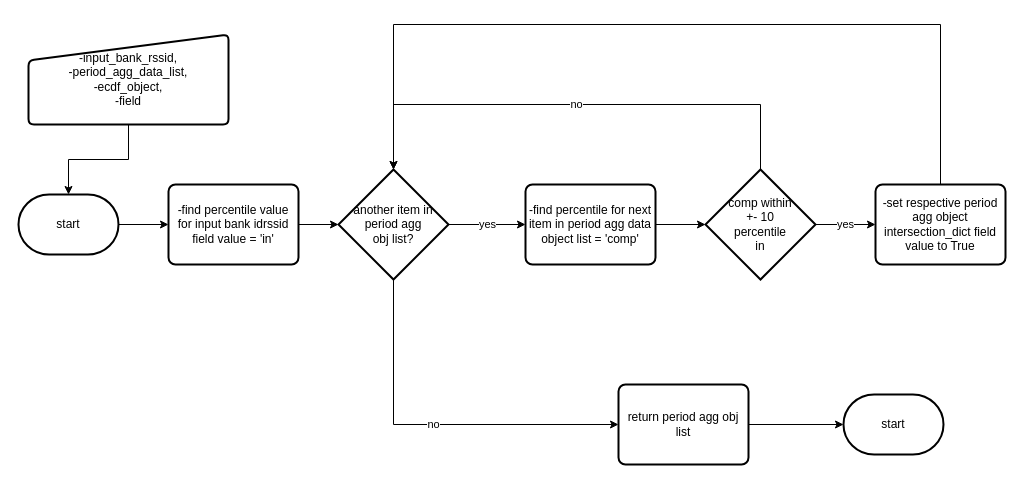
Above: page "find_similar_bank_field" (5 of 5) of architecture/bank_like_x_architecture.drawio in JasonBrauer/banklikex (draw.io), before the change. Source tidied: cells renumbered, new cells numbered last; positions are measured from the earlier drawing's top-left corner, leaving out a move shared by most shapes. Both pictures are drawn from the tidied source at 100%, with x=0, y=0 at pixel (18, 24).
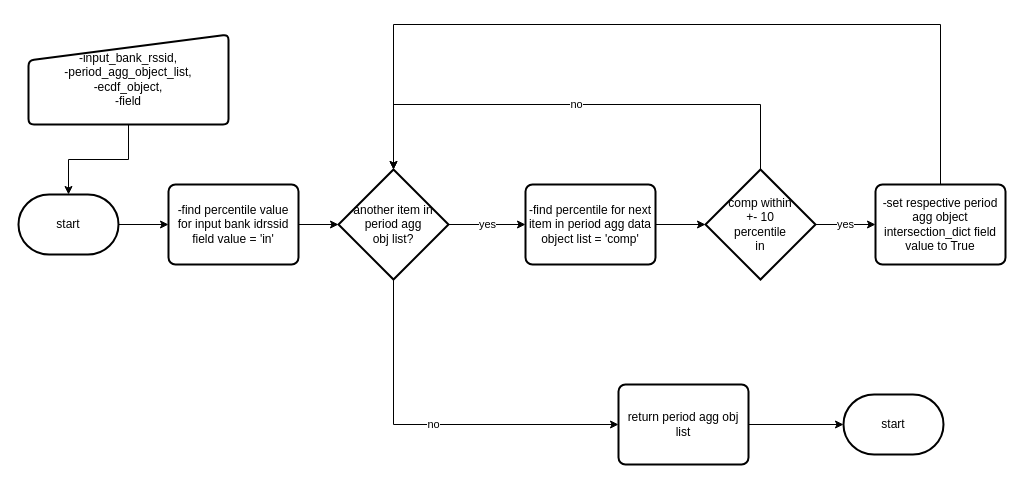
The same page after the edit.

The edit, as a diff of the source:
```diff
@@
-    <mxCell id="5" value="-input_bank_rssid, &lt;br&gt;-period_agg_data_list, &lt;br&gt;-ecdf_object, &lt;br&gt;-field" style="html=1;strokeWidth=2;shape=manualInput;whiteSpace=wrap;rounded=1;size=26;arcSize=11;" parent="1" vertex="1">
+    <mxCell id="5" value="-input_bank_rssid, &lt;br&gt;-period_agg_object_list, &lt;br&gt;-ecdf_object, &lt;br&gt;-field" style="html=1;strokeWidth=2;shape=manualInput;whiteSpace=wrap;rounded=1;size=26;arcSize=11;" parent="1" vertex="1">
       <mxGeometry x="10" y="10" width="200" height="90" as="geometry" />
     </mxCell>
```
